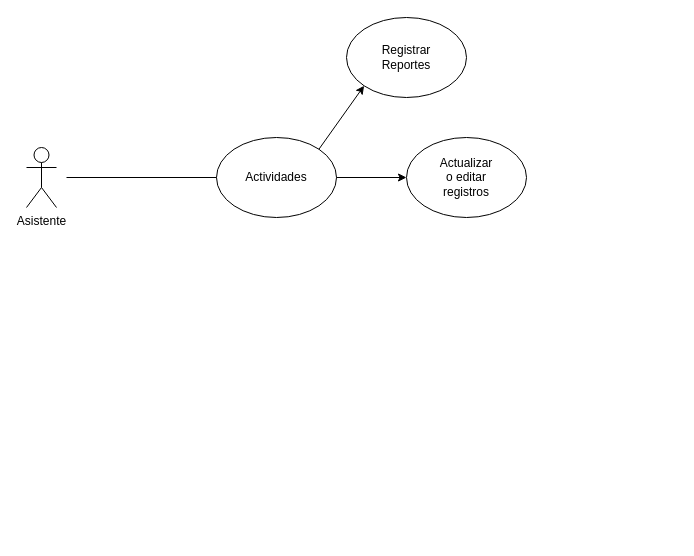
MasacradorM/suma-ejecicio keeps this draw.io diagram as casos de usu.drawio. Above is the earlier version. Source tidied: cells renumbered, new cells numbered last; positions are measured from the earlier drawing's top-left corner, leaving out a move shared by most shapes. Both pictures are drawn from the tidied source at 100%, with x=0, y=0 at pixel (26, 17).
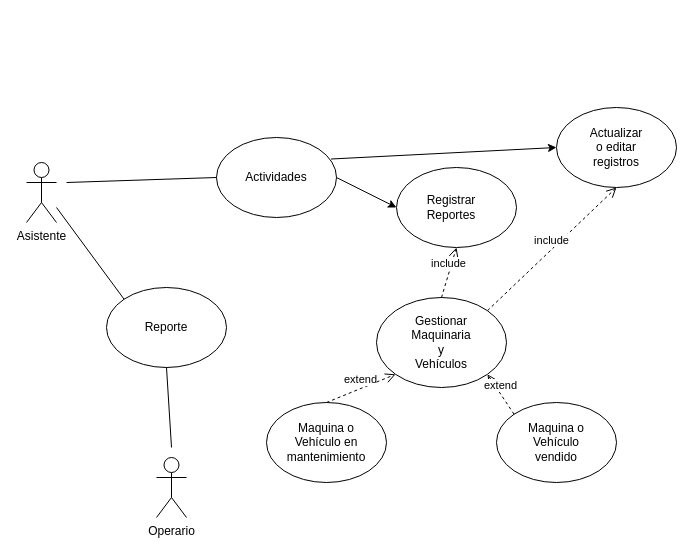
Above is the later version.

Unchanged cells that the change refers to:
```xml
<mxCell id="3" style="ellipse;whiteSpace=wrap;html=1;" parent="1" vertex="1">
  <mxGeometry x="190" y="120" width="120" height="80" as="geometry" />
</mxCell>
```

The edit, as a diff of the source:
```diff
@@
     <mxCell id="2" value="Asistente" style="shape=umlActor;verticalLabelPosition=bottom;verticalAlign=top;html=1;" parent="1" vertex="1">
-      <mxGeometry y="130" width="30" height="60" as="geometry" />
+      <mxGeometry y="145" width="30" height="60" as="geometry" />
     </mxCell>
@@
     <mxCell id="4" style="endArrow=none;html=1;rounded=0;entryX=0;entryY=0.5;entryDx=0;entryDy=0;" parent="1" edge="1" target="3">
       <mxGeometry relative="1" as="geometry">
-        <mxPoint x="40" y="160" as="sourcePoint" />
+        <mxPoint x="40" y="165" as="sourcePoint" />
       </mxGeometry>
     </mxCell>
@@
-    <mxCell id="6" style="endArrow=classic;html=1;rounded=0;exitX=1;exitY=0;exitDx=0;exitDy=0;entryX=0;entryY=1;entryDx=0;entryDy=0;" parent="1" edge="1" source="3" target="7">
+    <mxCell id="6" style="endArrow=classic;html=1;rounded=0;exitX=1;exitY=0.5;exitDx=0;exitDy=0;entryX=0;entryY=0.5;entryDx=0;entryDy=0;" parent="1" edge="1" source="3" target="7">
       <mxGeometry relative="1" as="geometry" />
     </mxCell>
     <mxCell id="7" style="ellipse;whiteSpace=wrap;html=1;" parent="1" vertex="1">
-      <mxGeometry x="320" width="120" height="80" as="geometry" />
+      <mxGeometry x="370" y="150" width="120" height="80" as="geometry" />
     </mxCell>
     <mxCell id="8" value="Registrar Reportes" style="text;html=1;align=center;verticalAlign=middle;whiteSpace=wrap;rounded=0;" parent="1" vertex="1">
-      <mxGeometry x="350" y="25" width="60" height="30" as="geometry" />
+      <mxGeometry x="395" y="175" width="60" height="30" as="geometry" />
     </mxCell>
     <mxCell id="9" style="ellipse;whiteSpace=wrap;html=1;" parent="1" vertex="1">
-      <mxGeometry x="380" y="120" width="120" height="80" as="geometry" />
+      <mxGeometry x="530" y="90" width="120" height="80" as="geometry" />
     </mxCell>
     <mxCell id="10" value="Actualizar o editar registros" style="text;html=1;align=center;verticalAlign=middle;whiteSpace=wrap;rounded=0;" parent="1" vertex="1">
-      <mxGeometry x="410" y="145" width="60" height="30" as="geometry" />
+      <mxGeometry x="560" y="115" width="60" height="30" as="geometry" />
     </mxCell>
-    <mxCell id="11" style="endArrow=classic;html=1;rounded=0;exitX=1;exitY=0.5;exitDx=0;exitDy=0;entryX=0;entryY=0.5;entryDx=0;entryDy=0;" parent="1" edge="1" source="3" target="9">
+    <mxCell id="11" style="endArrow=classic;html=1;rounded=0;exitX=0.954;exitY=0.269;exitDx=0;exitDy=0;entryX=0;entryY=0.5;entryDx=0;entryDy=0;exitPerimeter=0;" parent="1" edge="1" source="3" target="9">
       <mxGeometry relative="1" as="geometry" />
     </mxCell>
+    <mxCell id="12" style="ellipse;whiteSpace=wrap;html=1;" parent="1" vertex="1">
+      <mxGeometry x="350" y="280" width="130" height="90" as="geometry" />
+    </mxCell>
+    <mxCell id="13" value="Gestionar Maquinaria y Vehículos" style="text;html=1;align=center;verticalAlign=middle;whiteSpace=wrap;rounded=0;" parent="1" vertex="1">
+      <mxGeometry x="385" y="310" width="60" height="30" as="geometry" />
+    </mxCell>
+    <mxCell id="14" style="ellipse;whiteSpace=wrap;html=1;" parent="1" vertex="1">
+      <mxGeometry x="80" y="270" width="120" height="80" as="geometry" />
+    </mxCell>
+    <mxCell id="15" value="Reporte" style="text;html=1;align=center;verticalAlign=middle;whiteSpace=wrap;rounded=0;" parent="1" vertex="1">
+      <mxGeometry x="110" y="295" width="60" height="30" as="geometry" />
+    </mxCell>
+    <mxCell id="16" style="endArrow=none;html=1;rounded=0;entryX=0;entryY=0;entryDx=0;entryDy=0;" parent="1" edge="1" target="14">
+      <mxGeometry relative="1" as="geometry">
+        <mxPoint x="30" y="190" as="sourcePoint" />
+      </mxGeometry>
+    </mxCell>
+    <mxCell id="17" value="Operario" style="shape=umlActor;verticalLabelPosition=bottom;verticalAlign=top;html=1;" parent="1" vertex="1">
+      <mxGeometry x="130" y="440" width="30" height="60" as="geometry" />
+    </mxCell>
+    <mxCell id="18" style="endArrow=none;html=1;rounded=0;entryX=0.5;entryY=1;entryDx=0;entryDy=0;" parent="1" edge="1" target="14">
+      <mxGeometry relative="1" as="geometry">
+        <mxPoint x="145" y="430" as="sourcePoint" />
+      </mxGeometry>
+    </mxCell>
+    <mxCell id="19" style="ellipse;whiteSpace=wrap;html=1;" parent="1" vertex="1">
+      <mxGeometry x="240" y="385" width="120" height="80" as="geometry" />
+    </mxCell>
+    <mxCell id="20" value="Maquina o Vehículo en mantenimiento" style="text;html=1;align=center;verticalAlign=middle;whiteSpace=wrap;rounded=0;" parent="1" vertex="1">
+      <mxGeometry x="270" y="410" width="60" height="30" as="geometry" />
+    </mxCell>
+    <mxCell id="21" style="ellipse;whiteSpace=wrap;html=1;" parent="1" vertex="1">
+      <mxGeometry x="470" y="385" width="120" height="80" as="geometry" />
+    </mxCell>
+    <mxCell id="22" value="Maquina o Vehículo vendido" style="text;html=1;align=center;verticalAlign=middle;whiteSpace=wrap;rounded=0;" parent="1" vertex="1">
+      <mxGeometry x="500" y="410" width="60" height="30" as="geometry" />
+    </mxCell>
+    <mxCell id="23" value="extend" style="html=1;verticalAlign=bottom;endArrow=open;dashed=1;endSize=8;curved=0;rounded=0;entryX=1;entryY=1;entryDx=0;entryDy=0;exitX=0;exitY=0;exitDx=0;exitDy=0;" parent="1" edge="1" source="21" target="12">
+      <mxGeometry relative="1" as="geometry" />
+    </mxCell>
+    <mxCell id="24" value="extend" style="html=1;verticalAlign=bottom;endArrow=open;dashed=1;endSize=8;curved=0;rounded=0;entryX=0;entryY=1;entryDx=0;entryDy=0;exitX=0.5;exitY=0;exitDx=0;exitDy=0;" parent="1" edge="1" source="19" target="12">
+      <mxGeometry relative="1" as="geometry" />
+    </mxCell>
+    <mxCell id="25" value="include" style="html=1;verticalAlign=bottom;endArrow=open;dashed=1;endSize=8;curved=0;rounded=0;entryX=0.5;entryY=1;entryDx=0;entryDy=0;exitX=0.5;exitY=0;exitDx=0;exitDy=0;" parent="1" edge="1" source="12" target="7">
+      <mxGeometry relative="1" as="geometry" />
+    </mxCell>
+    <mxCell id="26" value="include" style="html=1;verticalAlign=bottom;endArrow=open;dashed=1;endSize=8;curved=0;rounded=0;entryX=0.5;entryY=1;entryDx=0;entryDy=0;exitX=1;exitY=0;exitDx=0;exitDy=0;" parent="1" edge="1" source="12" target="9">
+      <mxGeometry relative="1" as="geometry" />
+    </mxCell>
```
